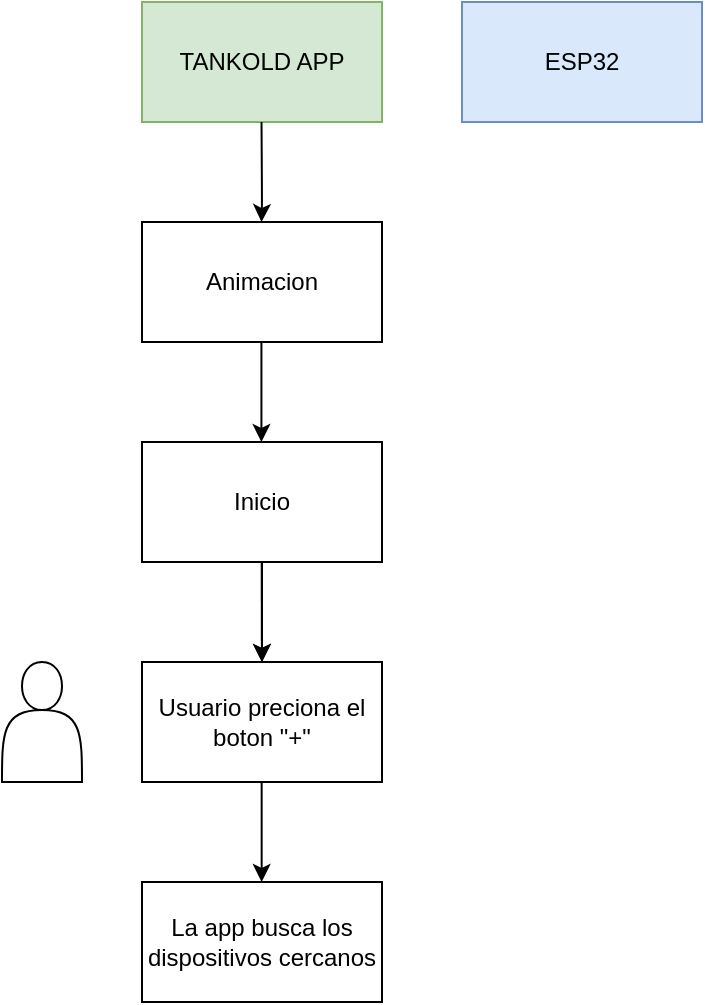
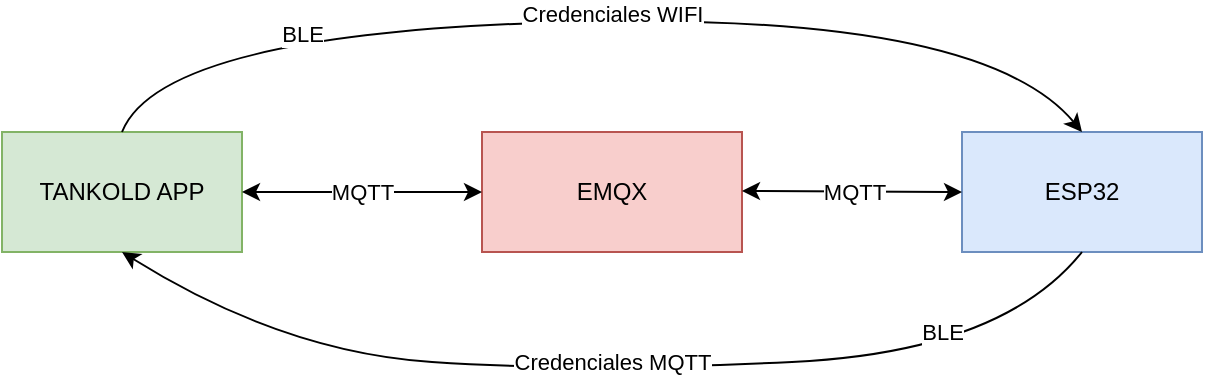
<mxfile host="65bd71144e">
    <diagram id="aMJ_QE3P1OjhpZPSzaH-" name="Page-1">
-         <mxGraphModel dx="809" dy="607" grid="1" gridSize="10" guides="1" tooltips="1" connect="1" arrows="1" fold="1" page="1" pageScale="1" pageWidth="850" pageHeight="1100" math="0" shadow="0">
+         <mxGraphModel dx="819" dy="1528" grid="1" gridSize="10" guides="1" tooltips="1" connect="1" arrows="1" fold="1" page="1" pageScale="1" pageWidth="850" pageHeight="1100" math="0" shadow="0">
            <root>
                <mxCell id="0"/>
                <mxCell id="1" parent="0"/>
                <mxCell id="2" value="TANKOLD APP" style="rounded=0;whiteSpace=wrap;html=1;fillColor=#d5e8d4;strokeColor=#82b366;labelBackgroundColor=none;" parent="1" vertex="1">
-                     <mxGeometry x="350" y="60" width="120" height="60" as="geometry"/>
+                     <mxGeometry x="120" y="40" width="120" height="60" as="geometry"/>
                </mxCell>
                <mxCell id="3" value="ESP32" style="rounded=0;whiteSpace=wrap;html=1;fillColor=#dae8fc;strokeColor=#6c8ebf;" parent="1" vertex="1">
-                     <mxGeometry x="510" y="60" width="120" height="60" as="geometry"/>
+                     <mxGeometry x="600" y="40" width="120" height="60" as="geometry"/>
                </mxCell>
-                 <mxCell id="5" value="Animacion" style="rounded=0;whiteSpace=wrap;html=1;" parent="1" vertex="1">
-                     <mxGeometry x="350" y="170" width="120" height="60" as="geometry"/>
+                 <mxCell id="72" value="EMQX" style="rounded=0;whiteSpace=wrap;html=1;fillColor=#f8cecc;strokeColor=#b85450;" parent="1" vertex="1">
+                     <mxGeometry x="360" y="40" width="130" height="60" as="geometry"/>
                </mxCell>
-                 <mxCell id="6" value="" style="endArrow=classic;html=1;" parent="1" edge="1">
+                 <mxCell id="80" value="" style="curved=1;endArrow=classic;html=1;exitX=0.5;exitY=0;exitDx=0;exitDy=0;entryX=0.5;entryY=0;entryDx=0;entryDy=0;" parent="1" source="2" target="3" edge="1">
                    <mxGeometry width="50" height="50" relative="1" as="geometry">
-                         <mxPoint x="409.76" y="120" as="sourcePoint"/>
-                         <mxPoint x="409.76" y="170" as="targetPoint"/>
+                         <mxPoint x="180" y="10" as="sourcePoint"/>
+                         <mxPoint x="620" y="-60" as="targetPoint"/>
                        <Array as="points">
-                             <mxPoint x="410" y="160"/>
+                             <mxPoint x="200" y="-10"/>
+                             <mxPoint x="610" y="-20"/>
                        </Array>
                    </mxGeometry>
                </mxCell>
-                 <mxCell id="7" value="" style="endArrow=classic;html=1;" parent="1" edge="1">
-                     <mxGeometry width="50" height="50" relative="1" as="geometry">
-                         <mxPoint x="409.71" y="230" as="sourcePoint"/>
-                         <mxPoint x="409.71" y="280" as="targetPoint"/>
+                 <mxCell id="81" value="Credenciales WIFI" style="edgeLabel;html=1;align=center;verticalAlign=middle;resizable=0;points=[];" parent="80" vertex="1" connectable="0">
+                     <mxGeometry x="-0.0929" y="1" relative="1" as="geometry">
+                         <mxPoint x="33" y="-4" as="offset"/>
                    </mxGeometry>
                </mxCell>
-                 <mxCell id="15" value="" style="edgeStyle=none;html=1;" parent="1" source="8" target="10" edge="1">
-                     <mxGeometry relative="1" as="geometry"/>
-                 </mxCell>
-                 <mxCell id="8" value="Inicio" style="rounded=0;whiteSpace=wrap;html=1;" parent="1" vertex="1">
-                     <mxGeometry x="350" y="280" width="120" height="60" as="geometry"/>
-                 </mxCell>
-                 <mxCell id="9" value="" style="endArrow=classic;html=1;" parent="1" target="10" edge="1">
-                     <mxGeometry width="50" height="50" relative="1" as="geometry">
-                         <mxPoint x="409.86" y="340" as="sourcePoint"/>
-                         <mxPoint x="410" y="390" as="targetPoint"/>
-                         <Array as="points"/>
+                 <mxCell id="85" value="BLE" style="edgeLabel;html=1;align=center;verticalAlign=middle;resizable=0;points=[];" vertex="1" connectable="0" parent="80">
+                     <mxGeometry x="-0.5439" y="-11" relative="1" as="geometry">
+                         <mxPoint y="-9" as="offset"/>
                    </mxGeometry>
                </mxCell>
-                 <mxCell id="10" value="Usuario preciona el boton &quot;+&quot;" style="rounded=0;whiteSpace=wrap;html=1;" parent="1" vertex="1">
-                     <mxGeometry x="350" y="390" width="120" height="60" as="geometry"/>
-                 </mxCell>
-                 <mxCell id="14" value="" style="endArrow=classic;html=1;" parent="1" edge="1">
+                 <mxCell id="83" value="" style="curved=1;endArrow=classic;html=1;exitX=0.5;exitY=1;exitDx=0;exitDy=0;entryX=0.5;entryY=1;entryDx=0;entryDy=0;" parent="1" edge="1" target="2" source="3">
                    <mxGeometry width="50" height="50" relative="1" as="geometry">
-                         <mxPoint x="409.83" y="450" as="sourcePoint"/>
-                         <mxPoint x="409.83" y="500" as="targetPoint"/>
+                         <mxPoint x="180" y="230" as="sourcePoint"/>
+                         <mxPoint x="310" y="350" as="targetPoint"/>
+                         <Array as="points">
+                             <mxPoint x="620" y="150"/>
+                             <mxPoint x="410" y="160"/>
+                             <mxPoint x="260" y="150"/>
+                         </Array>
                    </mxGeometry>
                </mxCell>
-                 <mxCell id="16" value="La app busca los dispositivos cercanos" style="rounded=0;whiteSpace=wrap;html=1;" parent="1" vertex="1">
-                     <mxGeometry x="350" y="500" width="120" height="60" as="geometry"/>
+                 <mxCell id="84" value="Credenciales MQTT" style="edgeLabel;html=1;align=center;verticalAlign=middle;resizable=0;points=[];rotation=0;" parent="83" vertex="1" connectable="0">
+                     <mxGeometry x="-0.0929" y="1" relative="1" as="geometry">
+                         <mxPoint x="-24" y="-4" as="offset"/>
+                     </mxGeometry>
                </mxCell>
-                 <mxCell id="17" value="" style="shape=actor;whiteSpace=wrap;html=1;" vertex="1" parent="1">
-                     <mxGeometry x="280" y="390" width="40" height="60" as="geometry"/>
+                 <mxCell id="86" value="BLE" style="edgeLabel;html=1;align=center;verticalAlign=middle;resizable=0;points=[];" vertex="1" connectable="0" parent="83">
+                     <mxGeometry x="-0.6537" y="-4" relative="1" as="geometry">
+                         <mxPoint x="-4" y="-7" as="offset"/>
+                     </mxGeometry>
+                 </mxCell>
+                 <mxCell id="87" value="" style="endArrow=classic;startArrow=classic;html=1;exitX=1;exitY=0.5;exitDx=0;exitDy=0;entryX=0;entryY=0.5;entryDx=0;entryDy=0;" edge="1" parent="1" source="2" target="72">
+                     <mxGeometry width="50" height="50" relative="1" as="geometry">
+                         <mxPoint x="240" y="80" as="sourcePoint"/>
+                         <mxPoint x="290" y="30" as="targetPoint"/>
+                     </mxGeometry>
+                 </mxCell>
+                 <mxCell id="89" value="MQTT" style="edgeLabel;html=1;align=center;verticalAlign=middle;resizable=0;points=[];" vertex="1" connectable="0" parent="87">
+                     <mxGeometry x="-0.4176" y="2" relative="1" as="geometry">
+                         <mxPoint x="25" y="2" as="offset"/>
+                     </mxGeometry>
+                 </mxCell>
+                 <mxCell id="88" value="" style="endArrow=classic;startArrow=classic;html=1;exitX=1;exitY=0.5;exitDx=0;exitDy=0;" edge="1" parent="1">
+                     <mxGeometry width="50" height="50" relative="1" as="geometry">
+                         <mxPoint x="490" y="69.5" as="sourcePoint"/>
+                         <mxPoint x="600" y="70" as="targetPoint"/>
+                     </mxGeometry>
+                 </mxCell>
+                 <mxCell id="90" value="MQTT" style="edgeLabel;html=1;align=center;verticalAlign=middle;resizable=0;points=[];" vertex="1" connectable="0" parent="88">
+                     <mxGeometry x="0.0099" y="-3" relative="1" as="geometry">
+                         <mxPoint y="-3" as="offset"/>
+                     </mxGeometry>
                </mxCell>
            </root>
        </mxGraphModel>
    </diagram>
</mxfile>